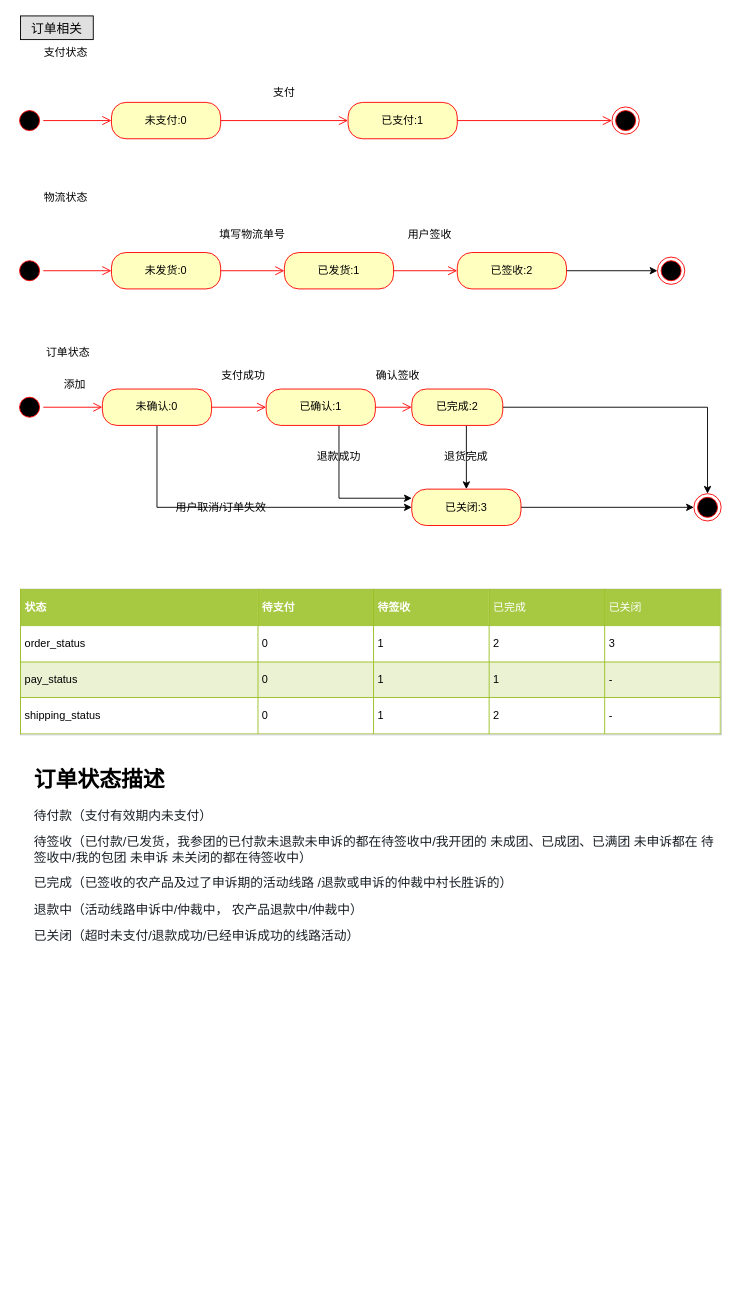
The draw.io diagram 码上趣.drawio in JhonShi/mashangqu, before the edit. Source tidied: cells renumbered, new cells numbered last; positions are measured from the earlier drawing's top-left corner, leaving out a move shared by most shapes. Both pictures are drawn from the tidied source at 91%, with x=0, y=0 at pixel (15, 15).
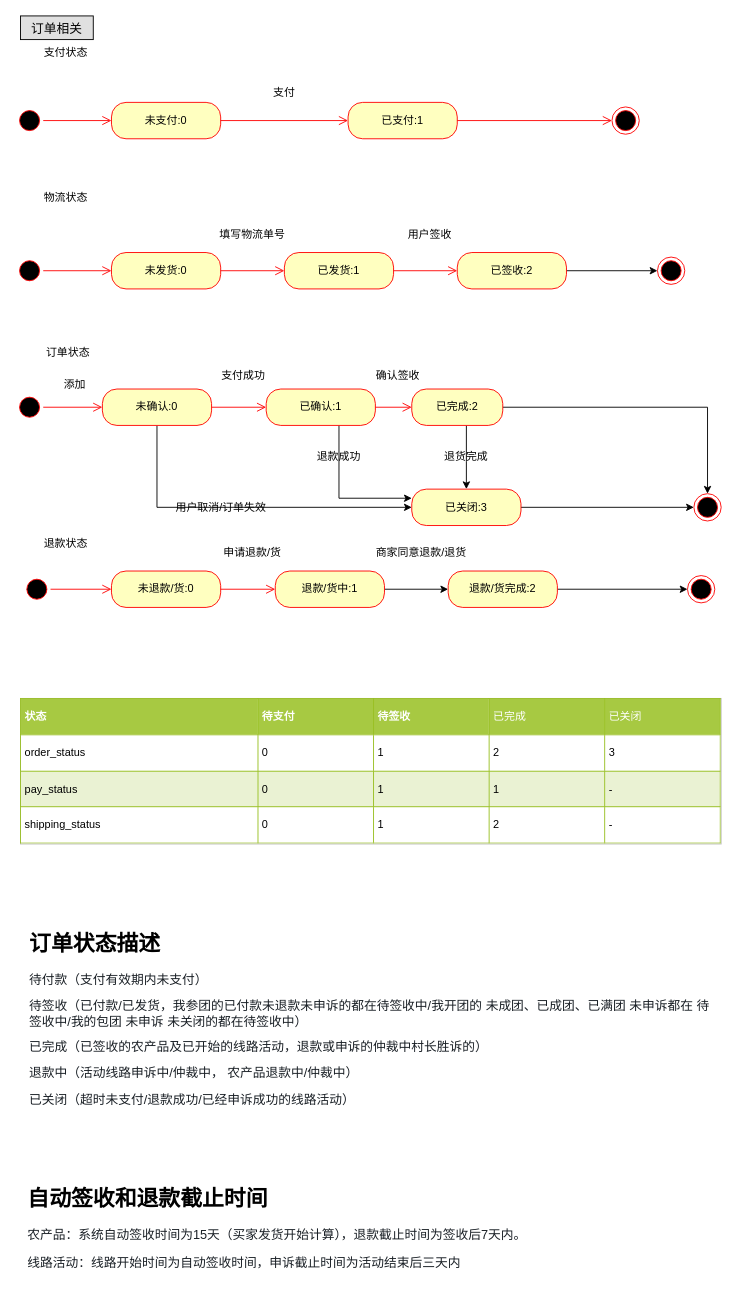
After the change.

Commit message:
更新码上趣.drawio

The edit, as a diff of the source:
```diff
@@
     <mxCell id="45" value="&lt;table border=&quot;1&quot; width=&quot;100%&quot; cellpadding=&quot;4&quot; style=&quot;width: 100% ; height: 100% ; border-collapse: collapse&quot;&gt;&lt;tbody&gt;&lt;tr style=&quot;background-color: #a7c942 ; color: #ffffff ; border: 1px solid #98bf21&quot;&gt;&lt;th align=&quot;left&quot;&gt;状态&lt;/th&gt;&lt;th align=&quot;left&quot;&gt;待支付&lt;/th&gt;&lt;th align=&quot;left&quot;&gt;待签收&lt;/th&gt;&lt;td&gt;已完成&lt;/td&gt;&lt;td&gt;已关闭&lt;/td&gt;&lt;/tr&gt;&lt;tr style=&quot;border: 1px solid #98bf21&quot;&gt;&lt;td&gt;order_status&lt;/td&gt;&lt;td&gt;0&lt;/td&gt;&lt;td&gt;1&lt;/td&gt;&lt;td&gt;2&lt;/td&gt;&lt;td&gt;3&lt;/td&gt;&lt;/tr&gt;&lt;tr style=&quot;background-color: #eaf2d3 ; border: 1px solid #98bf21&quot;&gt;&lt;td&gt;pay_status&lt;/td&gt;&lt;td&gt;0&lt;/td&gt;&lt;td&gt;1&lt;/td&gt;&lt;td&gt;1&lt;/td&gt;&lt;td&gt;-&lt;/td&gt;&lt;/tr&gt;&lt;tr style=&quot;border: 1px solid #98bf21&quot;&gt;&lt;td&gt;shipping_status&lt;/td&gt;&lt;td&gt;0&lt;/td&gt;&lt;td&gt;1&lt;/td&gt;&lt;td&gt;2&lt;/td&gt;&lt;td&gt;-&lt;/td&gt;&lt;/tr&gt;&lt;/tbody&gt;&lt;/table&gt;" style="text;html=1;strokeColor=#c0c0c0;fillColor=#ffffff;overflow=fill;rounded=0;" parent="1" vertex="1">
-      <mxGeometry x="5" y="630" width="770" height="160" as="geometry" />
+      <mxGeometry x="5" y="750" width="770" height="160" as="geometry" />
     </mxCell>
-    <mxCell id="46" value="&lt;h1&gt;订单状态描述&lt;/h1&gt;&lt;p&gt;&lt;span style=&quot;color: rgb(25 , 31 , 37) ; font-family: , , &amp;#34;pingfang sc&amp;#34; , &amp;#34;hiragino sans gb&amp;#34; , &amp;#34;segoe ui&amp;#34; , , &amp;#34;roboto&amp;#34; , &amp;#34;droid sans&amp;#34; , &amp;#34;helvetica neue&amp;#34; , sans-serif ; font-size: 14px ; white-space: pre-wrap ; background-color: rgb(255 , 255 , 255)&quot;&gt;待付款（支付有效期内未支付）&lt;/span&gt;&lt;/p&gt;&lt;p&gt;&lt;span style=&quot;color: rgb(25 , 31 , 37) ; font-family: , , &amp;#34;pingfang sc&amp;#34; , &amp;#34;hiragino sans gb&amp;#34; , &amp;#34;segoe ui&amp;#34; , , &amp;#34;roboto&amp;#34; , &amp;#34;droid sans&amp;#34; , &amp;#34;helvetica neue&amp;#34; , sans-serif ; font-size: 14px ; white-space: pre-wrap ; background-color: rgb(255 , 255 , 255)&quot;&gt;待签收（已付款/已发货，我参团的已付款未退款未申诉的都在待签收中/我开团的 未成团、已成团、已满团 未申诉都在 待签收中/&lt;/span&gt;&lt;span style=&quot;color: rgb(25 , 31 , 37) ; font-family: , , &amp;#34;pingfang sc&amp;#34; , &amp;#34;hiragino sans gb&amp;#34; , &amp;#34;segoe ui&amp;#34; , , &amp;#34;roboto&amp;#34; , &amp;#34;droid sans&amp;#34; , &amp;#34;helvetica neue&amp;#34; , sans-serif ; font-size: 14px ; white-space: pre-wrap ; background-color: rgb(255 , 255 , 255)&quot;&gt;我的包团 未申诉 未关闭的都在待签收中）  &lt;/span&gt;&lt;/p&gt;&lt;p&gt;&lt;span style=&quot;color: rgb(25 , 31 , 37) ; font-family: , , &amp;#34;pingfang sc&amp;#34; , &amp;#34;hiragino sans gb&amp;#34; , &amp;#34;segoe ui&amp;#34; , , &amp;#34;roboto&amp;#34; , &amp;#34;droid sans&amp;#34; , &amp;#34;helvetica neue&amp;#34; , sans-serif ; font-size: 14px ; white-space: pre-wrap ; background-color: rgb(255 , 255 , 255)&quot;&gt;已完成（已签收的农产品及过了申诉期的活动线路 /退款或申诉的仲裁中村长胜诉的）   &lt;/span&gt;&lt;/p&gt;&lt;p&gt;&lt;span style=&quot;color: rgb(25 , 31 , 37) ; font-family: , , &amp;#34;pingfang sc&amp;#34; , &amp;#34;hiragino sans gb&amp;#34; , &amp;#34;segoe ui&amp;#34; , , &amp;#34;roboto&amp;#34; , &amp;#34;droid sans&amp;#34; , &amp;#34;helvetica neue&amp;#34; , sans-serif ; font-size: 14px ; white-space: pre-wrap ; background-color: rgb(255 , 255 , 255)&quot;&gt;退款中（活动线路申诉中/仲裁中， 农产品退款中/仲裁中）&lt;/span&gt;&lt;/p&gt;&lt;p&gt;&lt;span style=&quot;color: rgb(25 , 31 , 37) ; font-family: , , &amp;#34;pingfang sc&amp;#34; , &amp;#34;hiragino sans gb&amp;#34; , &amp;#34;segoe ui&amp;#34; , , &amp;#34;roboto&amp;#34; , &amp;#34;droid sans&amp;#34; , &amp;#34;helvetica neue&amp;#34; , sans-serif ; font-size: 14px ; white-space: pre-wrap ; background-color: rgb(255 , 255 , 255)&quot;&gt;已关闭（超时未支付/退款成功/已经申诉成功的线路活动）&lt;/span&gt;&lt;br&gt;&lt;/p&gt;" style="text;html=1;strokeColor=none;fillColor=none;spacing=5;spacingTop=-20;whiteSpace=wrap;overflow=hidden;rounded=0;" parent="1" vertex="1">
-      <mxGeometry x="15" y="820" width="760" height="230" as="geometry" />
+    <mxCell id="46" value="&lt;h1&gt;订单状态描述&lt;/h1&gt;&lt;p&gt;&lt;span style=&quot;color: rgb(25 , 31 , 37) ; font-family: , , &amp;#34;pingfang sc&amp;#34; , &amp;#34;hiragino sans gb&amp;#34; , &amp;#34;segoe ui&amp;#34; , , &amp;#34;roboto&amp;#34; , &amp;#34;droid sans&amp;#34; , &amp;#34;helvetica neue&amp;#34; , sans-serif ; font-size: 14px ; white-space: pre-wrap ; background-color: rgb(255 , 255 , 255)&quot;&gt;待付款（支付有效期内未支付）&lt;/span&gt;&lt;/p&gt;&lt;p&gt;&lt;span style=&quot;color: rgb(25 , 31 , 37) ; font-family: , , &amp;#34;pingfang sc&amp;#34; , &amp;#34;hiragino sans gb&amp;#34; , &amp;#34;segoe ui&amp;#34; , , &amp;#34;roboto&amp;#34; , &amp;#34;droid sans&amp;#34; , &amp;#34;helvetica neue&amp;#34; , sans-serif ; font-size: 14px ; white-space: pre-wrap ; background-color: rgb(255 , 255 , 255)&quot;&gt;待签收（已付款/已发货，我参团的已付款未退款未申诉的都在待签收中/我开团的 未成团、已成团、已满团 未申诉都在 待签收中/&lt;/span&gt;&lt;span style=&quot;color: rgb(25 , 31 , 37) ; font-family: , , &amp;#34;pingfang sc&amp;#34; , &amp;#34;hiragino sans gb&amp;#34; , &amp;#34;segoe ui&amp;#34; , , &amp;#34;roboto&amp;#34; , &amp;#34;droid sans&amp;#34; , &amp;#34;helvetica neue&amp;#34; , sans-serif ; font-size: 14px ; white-space: pre-wrap ; background-color: rgb(255 , 255 , 255)&quot;&gt;我的包团 未申诉 未关闭的都在待签收中）  &lt;/span&gt;&lt;/p&gt;&lt;p&gt;&lt;span style=&quot;color: rgb(25 , 31 , 37) ; font-family: , , &amp;#34;pingfang sc&amp;#34; , &amp;#34;hiragino sans gb&amp;#34; , &amp;#34;segoe ui&amp;#34; , , &amp;#34;roboto&amp;#34; , &amp;#34;droid sans&amp;#34; , &amp;#34;helvetica neue&amp;#34; , sans-serif ; font-size: 14px ; white-space: pre-wrap ; background-color: rgb(255 , 255 , 255)&quot;&gt;已完成（&lt;/span&gt;&lt;span style=&quot;color: rgb(25 , 31 , 37) ; font-family: , , &amp;#34;pingfang sc&amp;#34; , &amp;#34;hiragino sans gb&amp;#34; , &amp;#34;segoe ui&amp;#34; , , &amp;#34;roboto&amp;#34; , &amp;#34;droid sans&amp;#34; , &amp;#34;helvetica neue&amp;#34; , sans-serif ; font-size: 14px ; white-space: pre-wrap ; background-color: rgb(255 , 255 , 255)&quot;&gt;已签收的农产品及已开始的线路活动，退款或申诉的仲裁中村长胜诉的&lt;/span&gt;&lt;span style=&quot;color: rgb(25 , 31 , 37) ; font-family: , , &amp;#34;pingfang sc&amp;#34; , &amp;#34;hiragino sans gb&amp;#34; , &amp;#34;segoe ui&amp;#34; , , &amp;#34;roboto&amp;#34; , &amp;#34;droid sans&amp;#34; , &amp;#34;helvetica neue&amp;#34; , sans-serif ; font-size: 14px ; white-space: pre-wrap ; background-color: rgb(255 , 255 , 255)&quot;&gt;）   &lt;/span&gt;&lt;/p&gt;&lt;p&gt;&lt;span style=&quot;color: rgb(25 , 31 , 37) ; font-family: , , &amp;#34;pingfang sc&amp;#34; , &amp;#34;hiragino sans gb&amp;#34; , &amp;#34;segoe ui&amp;#34; , , &amp;#34;roboto&amp;#34; , &amp;#34;droid sans&amp;#34; , &amp;#34;helvetica neue&amp;#34; , sans-serif ; font-size: 14px ; white-space: pre-wrap ; background-color: rgb(255 , 255 , 255)&quot;&gt;退款中（&lt;/span&gt;&lt;span style=&quot;color: rgb(25 , 31 , 37) ; font-family: , , &amp;#34;pingfang sc&amp;#34; , &amp;#34;hiragino sans gb&amp;#34; , &amp;#34;segoe ui&amp;#34; , , &amp;#34;roboto&amp;#34; , &amp;#34;droid sans&amp;#34; , &amp;#34;helvetica neue&amp;#34; , sans-serif ; font-size: 14px ; white-space: pre-wrap ; background-color: rgb(255 , 255 , 255)&quot;&gt;活动线路申诉中/仲裁中， 农产品退款中/仲裁中&lt;/span&gt;&lt;span style=&quot;color: rgb(25 , 31 , 37) ; font-family: , , &amp;#34;pingfang sc&amp;#34; , &amp;#34;hiragino sans gb&amp;#34; , &amp;#34;segoe ui&amp;#34; , , &amp;#34;roboto&amp;#34; , &amp;#34;droid sans&amp;#34; , &amp;#34;helvetica neue&amp;#34; , sans-serif ; font-size: 14px ; white-space: pre-wrap ; background-color: rgb(255 , 255 , 255)&quot;&gt;）&lt;/span&gt;&lt;/p&gt;&lt;p&gt;&lt;span style=&quot;color: rgb(25 , 31 , 37) ; font-family: , , &amp;#34;pingfang sc&amp;#34; , &amp;#34;hiragino sans gb&amp;#34; , &amp;#34;segoe ui&amp;#34; , , &amp;#34;roboto&amp;#34; , &amp;#34;droid sans&amp;#34; , &amp;#34;helvetica neue&amp;#34; , sans-serif ; font-size: 14px ; white-space: pre-wrap ; background-color: rgb(255 , 255 , 255)&quot;&gt;已关闭（&lt;/span&gt;&lt;span style=&quot;color: rgb(25 , 31 , 37) ; font-family: , , &amp;#34;pingfang sc&amp;#34; , &amp;#34;hiragino sans gb&amp;#34; , &amp;#34;segoe ui&amp;#34; , , &amp;#34;roboto&amp;#34; , &amp;#34;droid sans&amp;#34; , &amp;#34;helvetica neue&amp;#34; , sans-serif ; font-size: 14px ; white-space: pre-wrap ; background-color: rgb(255 , 255 , 255)&quot;&gt;超时未支付/退款成功/已经申诉成功的线路活动&lt;/span&gt;&lt;span style=&quot;color: rgb(25 , 31 , 37) ; font-family: , , &amp;#34;pingfang sc&amp;#34; , &amp;#34;hiragino sans gb&amp;#34; , &amp;#34;segoe ui&amp;#34; , , &amp;#34;roboto&amp;#34; , &amp;#34;droid sans&amp;#34; , &amp;#34;helvetica neue&amp;#34; , sans-serif ; font-size: 14px ; white-space: pre-wrap ; background-color: rgb(255 , 255 , 255)&quot;&gt;）&lt;/span&gt;&lt;br&gt;&lt;/p&gt;" style="text;html=1;strokeColor=none;fillColor=none;spacing=5;spacingTop=-20;whiteSpace=wrap;overflow=hidden;rounded=0;" parent="1" vertex="1">
+      <mxGeometry x="10" y="1000" width="760" height="230" as="geometry" />
     </mxCell>
+    <mxCell id="47" style="ellipse;html=1;shape=startState;fillColor=#000000;strokeColor=#ff0000;" parent="1" vertex="1">
+      <mxGeometry x="8" y="615" width="30" height="30" as="geometry" />
+    </mxCell>
+    <mxCell id="48" style="edgeStyle=orthogonalEdgeStyle;html=1;verticalAlign=bottom;endArrow=open;endSize=8;strokeColor=#ff0000;entryX=0;entryY=0.5;entryDx=0;entryDy=0;" parent="1" edge="1" source="47" target="49">
+      <mxGeometry relative="1" as="geometry" />
+    </mxCell>
+    <mxCell id="49" value="未退款/货:0" style="rounded=1;whiteSpace=wrap;html=1;arcSize=40;fontColor=#000000;fillColor=#ffffc0;strokeColor=#ff0000;" parent="1" vertex="1">
+      <mxGeometry x="105" y="610" width="120" height="40" as="geometry" />
+    </mxCell>
+    <mxCell id="50" style="edgeStyle=orthogonalEdgeStyle;html=1;verticalAlign=bottom;endArrow=open;endSize=8;strokeColor=#ff0000;entryX=0;entryY=0.5;entryDx=0;entryDy=0;" parent="1" edge="1" source="49" target="52">
+      <mxGeometry relative="1" as="geometry" />
+    </mxCell>
+    <mxCell id="51" style="edgeStyle=orthogonalEdgeStyle;rounded=0;jettySize=auto;html=1;entryX=0;entryY=0.5;entryDx=0;entryDy=0;" parent="1" edge="1" source="52" target="54">
+      <mxGeometry relative="1" as="geometry" />
+    </mxCell>
+    <mxCell id="52" value="退款/货中:1" style="rounded=1;whiteSpace=wrap;html=1;arcSize=40;fontColor=#000000;fillColor=#ffffc0;strokeColor=#ff0000;" parent="1" vertex="1">
+      <mxGeometry x="285" y="610" width="120" height="40" as="geometry" />
+    </mxCell>
+    <mxCell id="53" style="edgeStyle=orthogonalEdgeStyle;rounded=0;jettySize=auto;html=1;entryX=0;entryY=0.5;entryDx=0;entryDy=0;" parent="1" edge="1" source="54" target="55">
+      <mxGeometry relative="1" as="geometry" />
+    </mxCell>
+    <mxCell id="54" value="退款/货完成:2" style="rounded=1;whiteSpace=wrap;html=1;arcSize=40;fontColor=#000000;fillColor=#ffffc0;strokeColor=#ff0000;" parent="1" vertex="1">
+      <mxGeometry x="475" y="610" width="120" height="40" as="geometry" />
+    </mxCell>
+    <mxCell id="55" style="ellipse;html=1;shape=endState;fillColor=#000000;strokeColor=#ff0000;" parent="1" vertex="1">
+      <mxGeometry x="738" y="615" width="30" height="30" as="geometry" />
+    </mxCell>
+    <mxCell id="56" value="申请退款/货" style="text;html=1;strokeColor=none;fillColor=none;align=center;verticalAlign=middle;whiteSpace=wrap;rounded=0;" parent="1" vertex="1">
+      <mxGeometry x="225" y="580" width="70" height="20" as="geometry" />
+    </mxCell>
+    <mxCell id="57" value="退款状态" style="text;html=1;strokeColor=none;fillColor=none;align=center;verticalAlign=middle;whiteSpace=wrap;rounded=0;" parent="1" vertex="1">
+      <mxGeometry x="25" y="570" width="60" height="20" as="geometry" />
+    </mxCell>
+    <mxCell id="58" value="商家同意退款/退货" style="text;html=1;strokeColor=none;fillColor=none;align=center;verticalAlign=middle;whiteSpace=wrap;rounded=0;" parent="1" vertex="1">
+      <mxGeometry x="387.5" y="580" width="115" height="20" as="geometry" />
+    </mxCell>
+    <mxCell id="59" value="&lt;h1&gt;自动签收和退款截止时间&lt;/h1&gt;&lt;p&gt;&lt;span style=&quot;color: rgb(25 , 31 , 37) ; font-family: , , &amp;#34;pingfang sc&amp;#34; , &amp;#34;hiragino sans gb&amp;#34; , &amp;#34;segoe ui&amp;#34; , , &amp;#34;roboto&amp;#34; , &amp;#34;droid sans&amp;#34; , &amp;#34;helvetica neue&amp;#34; , sans-serif ; font-size: 14px ; white-space: pre-wrap ; background-color: rgb(255 , 255 , 255)&quot;&gt;农产品：系统自动签收时间为15天（买家发货开始计算），退款截止时间为签收后7天内。&lt;/span&gt;&lt;br style=&quot;box-sizing: border-box ; color: rgb(25 , 31 , 37) ; font-family: , , &amp;#34;pingfang sc&amp;#34; , &amp;#34;hiragino sans gb&amp;#34; , &amp;#34;segoe ui&amp;#34; , , &amp;#34;roboto&amp;#34; , &amp;#34;droid sans&amp;#34; , &amp;#34;helvetica neue&amp;#34; , sans-serif ; font-size: 14px ; white-space: pre-wrap ; background-color: rgb(255 , 255 , 255)&quot;&gt;&lt;br style=&quot;box-sizing: border-box ; color: rgb(25 , 31 , 37) ; font-family: , , &amp;#34;pingfang sc&amp;#34; , &amp;#34;hiragino sans gb&amp;#34; , &amp;#34;segoe ui&amp;#34; , , &amp;#34;roboto&amp;#34; , &amp;#34;droid sans&amp;#34; , &amp;#34;helvetica neue&amp;#34; , sans-serif ; font-size: 14px ; white-space: pre-wrap ; background-color: rgb(255 , 255 , 255)&quot;&gt;&lt;span style=&quot;color: rgb(25 , 31 , 37) ; font-family: , , &amp;#34;pingfang sc&amp;#34; , &amp;#34;hiragino sans gb&amp;#34; , &amp;#34;segoe ui&amp;#34; , , &amp;#34;roboto&amp;#34; , &amp;#34;droid sans&amp;#34; , &amp;#34;helvetica neue&amp;#34; , sans-serif ; font-size: 14px ; white-space: pre-wrap ; background-color: rgb(255 , 255 , 255)&quot;&gt;线路活动：线路开始时间为自动签收时间，申诉截止时间为活动结束后三天内&lt;/span&gt;&lt;br&gt;&lt;/p&gt;" style="text;html=1;strokeColor=none;fillColor=none;spacing=5;spacingTop=-20;whiteSpace=wrap;overflow=hidden;rounded=0;" parent="1" vertex="1">
+      <mxGeometry x="8" y="1280" width="740" height="120" as="geometry" />
+    </mxCell>
```
